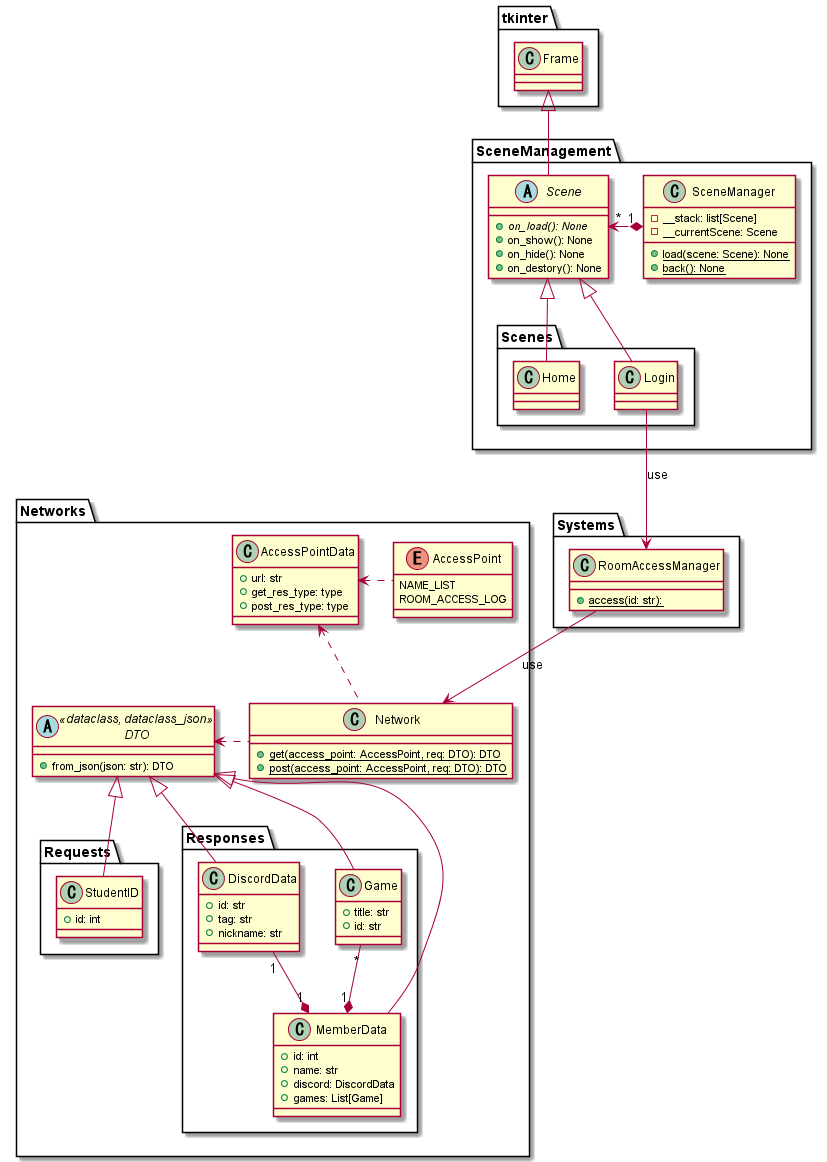
Before: UMLs/Class Diagrams/All/AllClass.png, a diagram exported from PlantUML (nmskm240/NITeRAS).
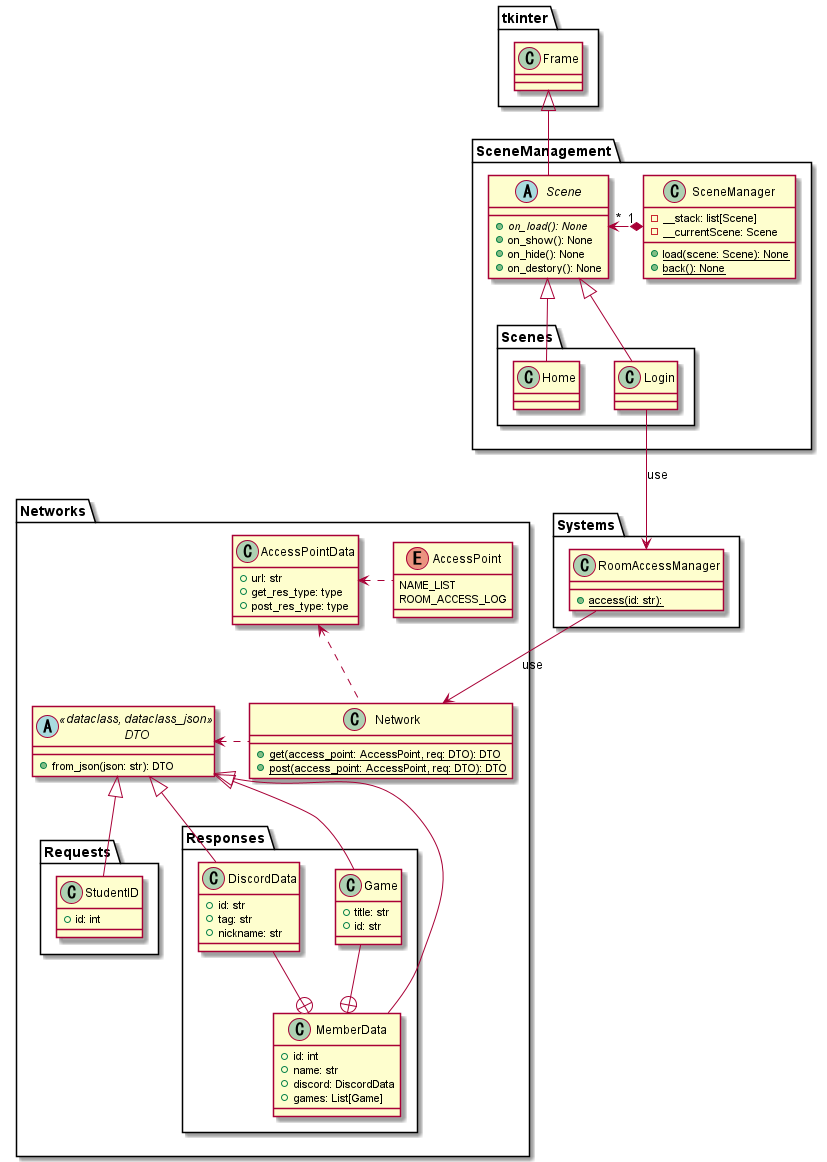
The same diagram one commit later.

Commit message:
make inner class

The edit, as a diff of the source:
```diff
@@ -97,8 +97,8 @@
 
 SceneManager "1" *.left.> "*" Scene
 
-Game "*" --* "1" MemberData
-DiscordData "1" --* "1" MemberData
+Game --+ MemberData
+DiscordData --+ MemberData
 
 Login --> RoomAccessManager : use
 RoomAccessManager --> Network : use
```
